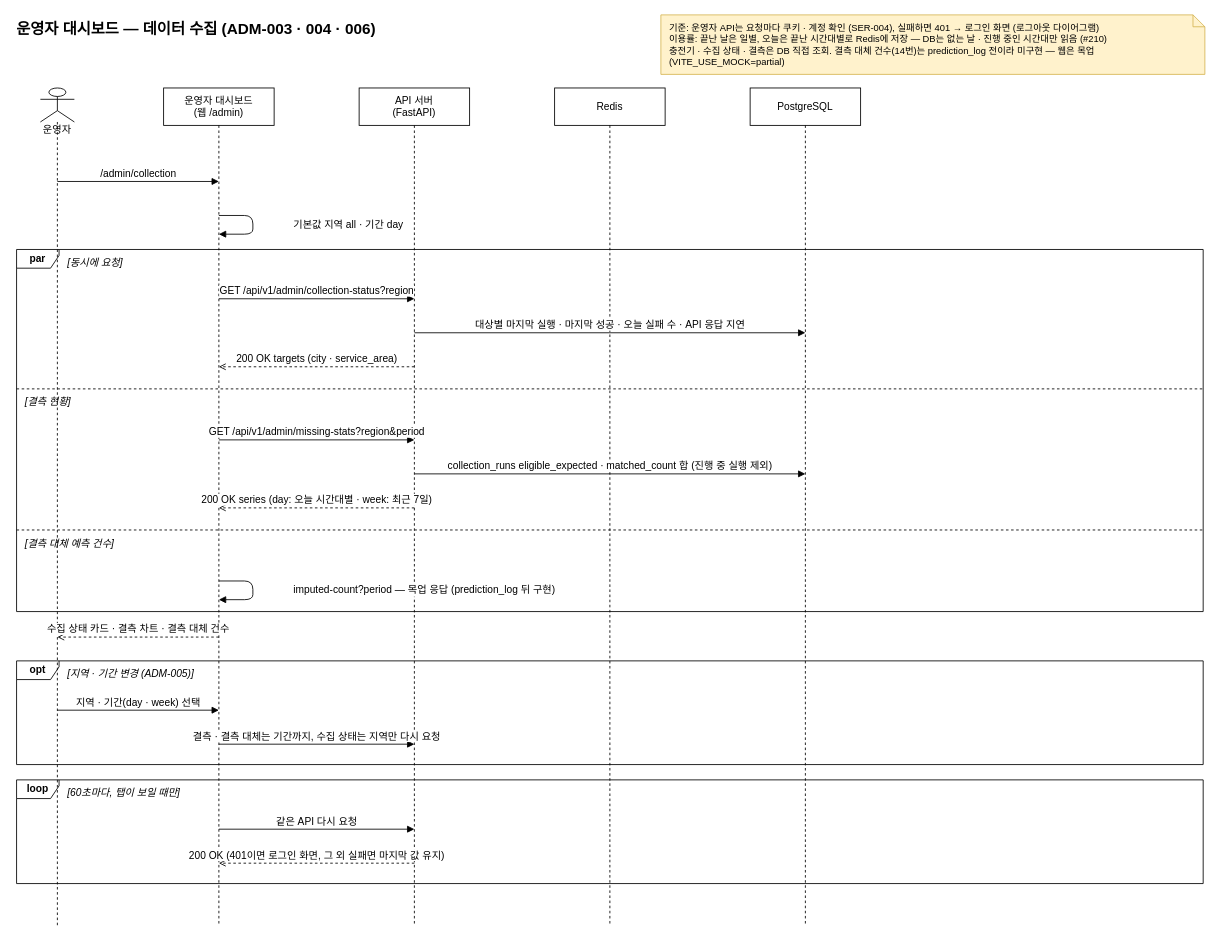
Before: page "데이터 수집" (3 of 3) of docs/diagrams_new/sequence-운영자 대시보드 조회.drawio in 2026-Capstone4/ev-flow, a draw.io diagram. Source tidied: cells renumbered, new cells numbered last; positions are measured from the earlier drawing's top-left corner, leaving out a move shared by most shapes. Both pictures are drawn from the tidied source at 85%, with x=0, y=0 at pixel (14, 14).
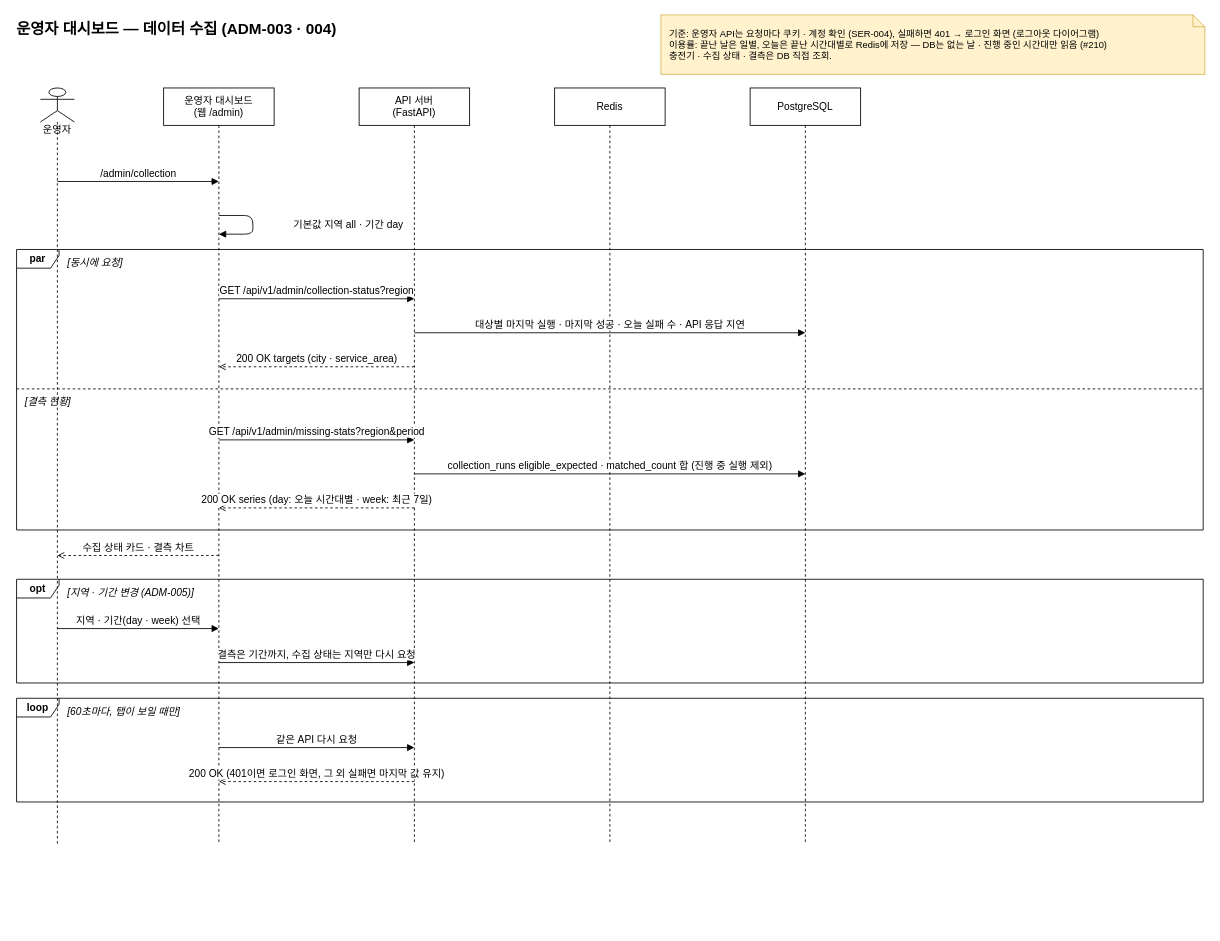
After the change.

What changed in the source:
```diff
@@
     <mxCell id="2" value="운영자" style="shape=umlLifeline;perimeter=lifelinePerimeter;participant=umlActor;verticalAlign=top;spacingTop=36;whiteSpace=wrap;html=1;fontFamily=Pretendard;fontSize=12;" parent="1" vertex="1">
-      <mxGeometry x="30" y="86" width="40" height="986" as="geometry" />
+      <mxGeometry x="30" y="86" width="40" height="890" as="geometry" />
     </mxCell>
     <mxCell id="3" value="운영자 대시보드&lt;br&gt;(웹 /admin)" style="shape=umlLifeline;perimeter=lifelinePerimeter;size=44;whiteSpace=wrap;html=1;fontFamily=Pretendard;fontSize=12;" parent="1" vertex="1">
-      <mxGeometry x="175" y="86" width="130" height="986" as="geometry" />
+      <mxGeometry x="175" y="86" width="130" height="890" as="geometry" />
     </mxCell>
     <mxCell id="4" value="API 서버&lt;br&gt;(FastAPI)" style="shape=umlLifeline;perimeter=lifelinePerimeter;size=44;whiteSpace=wrap;html=1;fontFamily=Pretendard;fontSize=12;" parent="1" vertex="1">
-      <mxGeometry x="405" y="86" width="130" height="986" as="geometry" />
+      <mxGeometry x="405" y="86" width="130" height="890" as="geometry" />
     </mxCell>
     <mxCell id="5" value="Redis" style="shape=umlLifeline;perimeter=lifelinePerimeter;size=44;whiteSpace=wrap;html=1;fontFamily=Pretendard;fontSize=12;" parent="1" vertex="1">
-      <mxGeometry x="635" y="86" width="130" height="986" as="geometry" />
+      <mxGeometry x="635" y="86" width="130" height="890" as="geometry" />
     </mxCell>
     <mxCell id="6" value="PostgreSQL" style="shape=umlLifeline;perimeter=lifelinePerimeter;size=44;whiteSpace=wrap;html=1;fontFamily=Pretendard;fontSize=12;" parent="1" vertex="1">
-      <mxGeometry x="865" y="86" width="130" height="986" as="geometry" />
+      <mxGeometry x="865" y="86" width="130" height="890" as="geometry" />
     </mxCell>
     <mxCell id="7" value="par" style="shape=umlFrame;whiteSpace=wrap;html=1;width=50;height=22;fillColor=none;fontStyle=1;fontFamily=Pretendard;fontSize=12;" parent="1" vertex="1">
-      <mxGeometry x="2" y="276" width="1396" height="426" as="geometry" />
+      <mxGeometry x="2" y="276" width="1396" height="330" as="geometry" />
     </mxCell>
     <mxCell id="8" value="opt" style="shape=umlFrame;whiteSpace=wrap;html=1;width=50;height=22;fillColor=none;fontStyle=1;fontFamily=Pretendard;fontSize=12;" parent="1" vertex="1">
-      <mxGeometry x="2" y="760" width="1396" height="122" as="geometry" />
+      <mxGeometry x="2" y="664" width="1396" height="122" as="geometry" />
     </mxCell>
     <mxCell id="9" value="loop" style="shape=umlFrame;whiteSpace=wrap;html=1;width=50;height=22;fillColor=none;fontStyle=1;fontFamily=Pretendard;fontSize=12;" parent="1" vertex="1">
-      <mxGeometry x="2" y="900" width="1396" height="122" as="geometry" />
+      <mxGeometry x="2" y="804" width="1396" height="122" as="geometry" />
     </mxCell>
-    <mxCell id="10" value="운영자 대시보드 — 데이터 수집 (ADM-003 · 004 · 006)" style="text;html=1;fontStyle=1;fontSize=18;fontFamily=Pretendard;align=left;" parent="1" vertex="1">
+    <mxCell id="10" value="운영자 대시보드 — 데이터 수집 (ADM-003 · 004)" style="text;html=1;fontStyle=1;fontSize=18;fontFamily=Pretendard;align=left;" parent="1" vertex="1">
       <mxGeometry width="740" height="30" as="geometry" />
     </mxCell>
-    <mxCell id="11" value="기준: 운영자 API는 요청마다 쿠키 · 계정 확인 (SER-004), 실패하면 401 → 로그인 화면 (로그아웃 다이어그램)&lt;br&gt;이용률: 끝난 날은 일별, 오늘은 끝난 시간대별로 Redis에 저장 — DB는 없는 날 · 진행 중인 시간대만 읽음 (#210)&lt;br&gt;충전기 · 수집 상태 · 결측은 DB 직접 조회. 결측 대체 건수(14번)는 prediction_log 전이라 미구현 — 웹은 목업(VITE_USE_MOCK=partial)" style="shape=note;whiteSpace=wrap;html=1;size=14;align=left;spacingLeft=8;fillColor=#fff2cc;strokeColor=#d6b656;fontFamily=Pretendard;fontSize=11;" parent="1" vertex="1">
+    <mxCell id="11" value="기준: 운영자 API는 요청마다 쿠키 · 계정 확인 (SER-004), 실패하면 401 → 로그인 화면 (로그아웃 다이어그램)&lt;br&gt;이용률: 끝난 날은 일별, 오늘은 끝난 시간대별로 Redis에 저장 — DB는 없는 날 · 진행 중인 시간대만 읽음 (#210)&lt;br&gt;충전기 · 수집 상태 · 결측은 DB 직접 조회." style="shape=note;whiteSpace=wrap;html=1;size=14;align=left;spacingLeft=8;fillColor=#fff2cc;strokeColor=#d6b656;fontFamily=Pretendard;fontSize=11;" parent="1" vertex="1">
       <mxGeometry x="760" width="640" height="70" as="geometry" />
     </mxCell>
@@
-    <mxCell id="23" style="endArrow=none;dashed=1;html=1;" parent="1" edge="1">
-      <mxGeometry relative="1" as="geometry">
-        <mxPoint x="2" y="606" as="sourcePoint" />
-        <mxPoint x="1398" y="606" as="targetPoint" />
-      </mxGeometry>
-    </mxCell>
-    <mxCell id="24" value="[결측 대체 예측 건수]" style="text;html=1;align=left;verticalAlign=top;fontStyle=2;fontFamily=Pretendard;fontSize=12;" parent="1" vertex="1">
-      <mxGeometry x="10" y="608" width="222" height="20" as="geometry" />
-    </mxCell>
-    <mxCell id="25" value="imputed-count?period — 목업 응답 (prediction_log 뒤 구현)" style="endArrow=block;endFill=1;html=1;align=left;spacingLeft=46;labelBackgroundColor=#ffffff;fontFamily=Pretendard;fontSize=12;" parent="1" edge="1">
-      <mxGeometry relative="1" as="geometry">
-        <mxPoint x="240" y="666" as="sourcePoint" />
-        <mxPoint x="240" y="688" as="targetPoint" />
-        <Array as="points">
-          <mxPoint x="280" y="666" />
-          <mxPoint x="280" y="688" />
-        </Array>
-      </mxGeometry>
-    </mxCell>
-    <mxCell id="26" value="수집 상태 카드 · 결측 차트 · 결측 대체 건수" style="dashed=1;endArrow=open;endFill=0;html=1;verticalAlign=bottom;labelBackgroundColor=#ffffff;fontFamily=Pretendard;fontSize=12;" parent="1" edge="1">
+    <mxCell id="26" value="수집 상태 카드 · 결측 차트" style="dashed=1;endArrow=open;endFill=0;html=1;verticalAlign=bottom;labelBackgroundColor=#ffffff;fontFamily=Pretendard;fontSize=12;" parent="1" edge="1">
       <mxGeometry relative="1" as="geometry">
-        <mxPoint x="240" y="732" as="sourcePoint" />
-        <mxPoint x="50" y="732" as="targetPoint" />
+        <mxPoint x="240" y="636" as="sourcePoint" />
+        <mxPoint x="50" y="636" as="targetPoint" />
       </mxGeometry>
     </mxCell>
     <mxCell id="27" value="[지역 · 기간 변경 (ADM-005)]" style="text;html=1;align=left;verticalAlign=top;fontStyle=2;fontFamily=Pretendard;fontSize=12;" parent="1" vertex="1">
-      <mxGeometry x="60" y="762" width="348" height="20" as="geometry" />
+      <mxGeometry x="60" y="666" width="348" height="20" as="geometry" />
     </mxCell>
     <mxCell id="28" value="지역 · 기간(day · week) 선택" style="endArrow=block;endFill=1;html=1;verticalAlign=bottom;labelBackgroundColor=#ffffff;fontFamily=Pretendard;fontSize=12;" parent="1" edge="1">
       <mxGeometry relative="1" as="geometry">
-        <mxPoint x="50" y="818" as="sourcePoint" />
-        <mxPoint x="240" y="818" as="targetPoint" />
+        <mxPoint x="50" y="722" as="sourcePoint" />
+        <mxPoint x="240" y="722" as="targetPoint" />
       </mxGeometry>
     </mxCell>
-    <mxCell id="29" value="결측 · 결측 대체는 기간까지, 수집 상태는 지역만 다시 요청" style="endArrow=block;endFill=1;html=1;verticalAlign=bottom;labelBackgroundColor=#ffffff;fontFamily=Pretendard;fontSize=12;" parent="1" edge="1">
+    <mxCell id="29" value="결측은 기간까지, 수집 상태는 지역만 다시 요청" style="endArrow=block;endFill=1;html=1;verticalAlign=bottom;labelBackgroundColor=#ffffff;fontFamily=Pretendard;fontSize=12;" parent="1" edge="1">
       <mxGeometry relative="1" as="geometry">
-        <mxPoint x="240" y="858" as="sourcePoint" />
-        <mxPoint x="470" y="858" as="targetPoint" />
+        <mxPoint x="240" y="762" as="sourcePoint" />
+        <mxPoint x="470" y="762" as="targetPoint" />
       </mxGeometry>
     </mxCell>
     <mxCell id="30" value="[60초마다, 탭이 보일 때만]" style="text;html=1;align=left;verticalAlign=top;fontStyle=2;fontFamily=Pretendard;fontSize=12;" parent="1" vertex="1">
-      <mxGeometry x="60" y="902" width="278" height="20" as="geometry" />
+      <mxGeometry x="60" y="806" width="278" height="20" as="geometry" />
     </mxCell>
     <mxCell id="31" value="같은 API 다시 요청" style="endArrow=block;endFill=1;html=1;verticalAlign=bottom;labelBackgroundColor=#ffffff;fontFamily=Pretendard;fontSize=12;" parent="1" edge="1">
       <mxGeometry relative="1" as="geometry">
-        <mxPoint x="240" y="958" as="sourcePoint" />
-        <mxPoint x="470" y="958" as="targetPoint" />
+        <mxPoint x="240" y="862" as="sourcePoint" />
+        <mxPoint x="470" y="862" as="targetPoint" />
       </mxGeometry>
     </mxCell>
     <mxCell id="32" value="200 OK (401이면 로그인 화면, 그 외 실패면 마지막 값 유지)" style="dashed=1;endArrow=open;endFill=0;html=1;verticalAlign=bottom;labelBackgroundColor=#ffffff;fontFamily=Pretendard;fontSize=12;" parent="1" edge="1">
       <mxGeometry relative="1" as="geometry">
-        <mxPoint x="470" y="998" as="sourcePoint" />
-        <mxPoint x="240" y="998" as="targetPoint" />
+        <mxPoint x="470" y="902" as="sourcePoint" />
+        <mxPoint x="240" y="902" as="targetPoint" />
       </mxGeometry>
     </mxCell>
```
